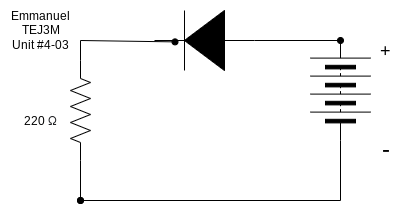
Before: TEJ3M-Unit4/TEJ3M-Unit-4-03.png, a diagram exported from draw.io (Emmanuel-Fofeyin/TEJ3M-Unit4). Source tidied: cells renumbered, new cells last; positions are measured from the earlier drawing's top-left corner, leaving out a move shared by most shapes.
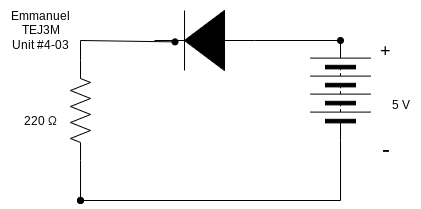
After the change.

The edit, as a diff of the source:
```diff
@@ -48,5 +48,8 @@
     <mxCell id="12" value="&lt;font style=&quot;font-size: 12px;&quot;&gt;220&amp;nbsp;&lt;span style=&quot;color: rgb(32, 33, 36); font-family: &amp;quot;Google Sans&amp;quot;, arial, sans-serif; text-align: left; background-color: rgb(255, 255, 255);&quot;&gt;Ω&lt;/span&gt;&lt;/font&gt;" style="text;html=1;align=center;verticalAlign=middle;strokeColor=none;fillColor=none;fontSize=14;" parent="1" vertex="1">
       <mxGeometry x="10" y="105" width="60" height="30" as="geometry" />
     </mxCell>
+    <mxCell id="13" value="5 V" style="text;html=1;align=center;verticalAlign=middle;strokeColor=none;fillColor=none;fontSize=12;" parent="1" vertex="1">
+      <mxGeometry x="380" y="90" width="40" height="30" as="geometry" />
+    </mxCell>
   </root>
 </mxGraphModel>
```
